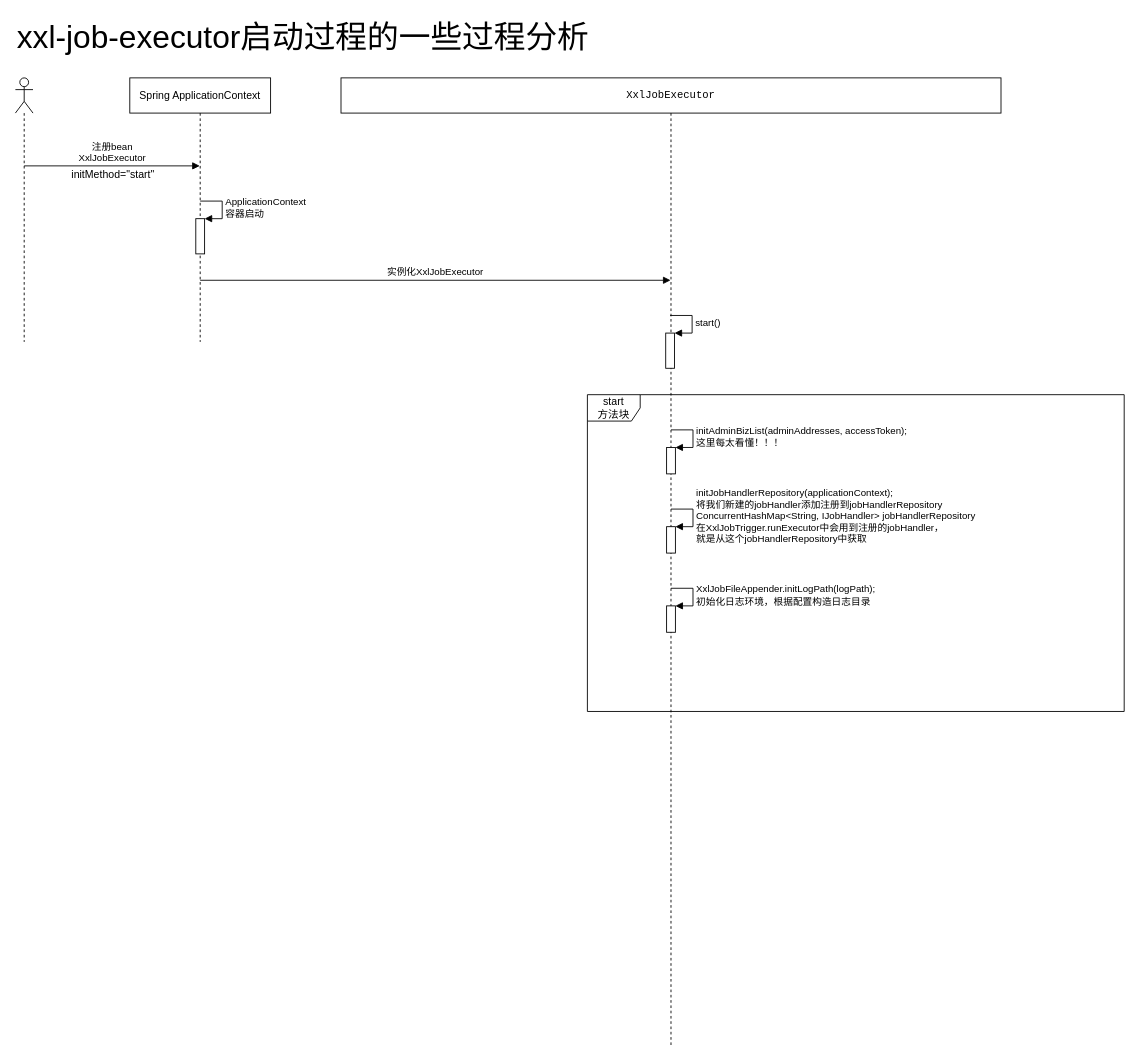
Before: xxl-job/xxl-job-schedule.drawio in llrrbaba/BlogList, a draw.io diagram. Source tidied: cells renumbered, new cells numbered last; positions are measured from the earlier drawing's top-left corner, leaving out a move shared by most shapes. Both pictures are drawn from the tidied source at 88%, with x=0, y=0 at pixel (15, 15).
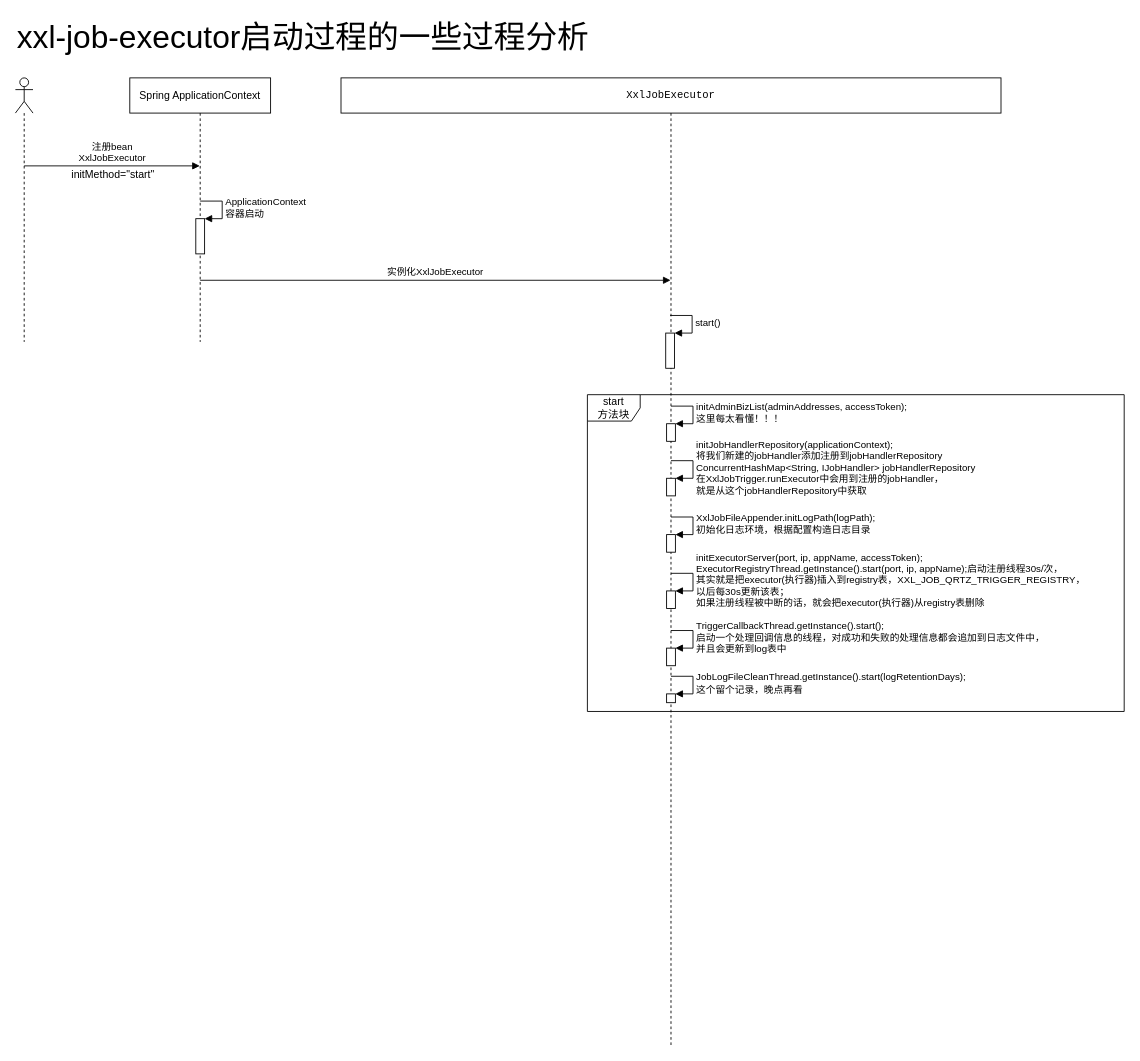
After the change.

Unchanged cells that the change refers to:
```xml
<mxCell id="6" value="&lt;pre&gt;XxlJobExecutor&lt;/pre&gt;" style="shape=umlLifeline;perimeter=lifelinePerimeter;whiteSpace=wrap;html=1;outlineConnect=0;" parent="1" vertex="1">
  <mxGeometry x="370" y="71" width="750" height="1100" as="geometry" />
</mxCell>
```

What changed in the source:
```diff
@@
     <mxCell id="10" style="html=1;points=[];perimeter=orthogonalPerimeter;" parent="6" vertex="1">
-      <mxGeometry x="370" y="420" width="10" height="30" as="geometry" />
+      <mxGeometry x="370" y="393" width="10" height="20" as="geometry" />
     </mxCell>
     <mxCell id="11" value="initAdminBizList(adminAddresses, accessToken);&lt;br&gt;这里每太看懂！！！&lt;br&gt;" style="edgeStyle=orthogonalEdgeStyle;html=1;align=left;spacingLeft=2;endArrow=block;rounded=0;entryX=1;entryY=0;" parent="6" edge="1" target="10">
       <mxGeometry relative="1" as="geometry">
-        <mxPoint x="375" y="400" as="sourcePoint" />
+        <mxPoint x="375" y="373" as="sourcePoint" />
         <Array as="points">
-          <mxPoint x="400" y="400" />
+          <mxPoint x="400" y="373" />
         </Array>
       </mxGeometry>
     </mxCell>
     <mxCell id="12" style="html=1;points=[];perimeter=orthogonalPerimeter;" parent="6" vertex="1">
-      <mxGeometry x="370" y="510" width="10" height="30" as="geometry" />
+      <mxGeometry x="370" y="455" width="10" height="20" as="geometry" />
     </mxCell>
     <mxCell id="13" value="&lt;span&gt;initJobHandlerRepository(applicationContext);&lt;br&gt;将我们新建的jobHandler添加注册到&lt;/span&gt;&lt;span&gt;jobHandlerRepository&lt;br&gt;&lt;span&gt;ConcurrentHashMap&amp;lt;String, IJobHandler&amp;gt; jobHandlerRepository&lt;br&gt;&lt;/span&gt;在XxlJobTrigger.runExecutor中会用到注册的jobHandler，&lt;br&gt;就是从这个jobHandlerRepository中获取&lt;br&gt;&lt;/span&gt;" style="edgeStyle=orthogonalEdgeStyle;html=1;align=left;spacingLeft=2;endArrow=block;rounded=0;entryX=1;entryY=0;" parent="6" edge="1" target="12">
       <mxGeometry relative="1" as="geometry">
-        <mxPoint x="375" y="490" as="sourcePoint" />
+        <mxPoint x="375" y="435" as="sourcePoint" />
         <Array as="points">
-          <mxPoint x="400" y="490" />
+          <mxPoint x="400" y="435" />
         </Array>
       </mxGeometry>
     </mxCell>
     <mxCell id="14" style="html=1;points=[];perimeter=orthogonalPerimeter;" parent="6" vertex="1">
-      <mxGeometry x="370" y="600" width="10" height="30" as="geometry" />
+      <mxGeometry x="370" y="519" width="10" height="20" as="geometry" />
     </mxCell>
     <mxCell id="15" value="XxlJobFileAppender.initLogPath(logPath);&lt;br&gt;初始化日志环境，根据配置构造日志目录&lt;br&gt;" style="edgeStyle=orthogonalEdgeStyle;html=1;align=left;spacingLeft=2;endArrow=block;rounded=0;entryX=1;entryY=0;" parent="6" edge="1" target="14">
       <mxGeometry relative="1" as="geometry">
-        <mxPoint x="375" y="580" as="sourcePoint" />
+        <mxPoint x="375" y="499" as="sourcePoint" />
         <Array as="points">
-          <mxPoint x="400" y="580" />
+          <mxPoint x="400" y="499" />
         </Array>
       </mxGeometry>
     </mxCell>
+    <mxCell id="21" style="html=1;points=[];perimeter=orthogonalPerimeter;" parent="6" vertex="1">
+      <mxGeometry x="370" y="583" width="10" height="20" as="geometry" />
+    </mxCell>
+    <mxCell id="22" value="initExecutorServer(port, ip, appName, accessToken);&lt;br&gt;&lt;span&gt;ExecutorRegistryThread.getInstance().start(port, ip, appName);启动注册线程30s/次，&lt;br&gt;&lt;/span&gt;其实就是把executor(执行器)插入到registry表，&lt;span&gt;XXL_JOB_QRTZ_TRIGGER_REGISTRY，&lt;br&gt;以后每30s更新该表；&lt;br&gt;如果注册线程被中断的话，就会把executor(执行器)从registry表删除&lt;br&gt;&lt;/span&gt;" style="edgeStyle=orthogonalEdgeStyle;html=1;align=left;spacingLeft=2;endArrow=block;rounded=0;entryX=1;entryY=0;" parent="6" edge="1" target="21">
+      <mxGeometry relative="1" as="geometry">
+        <mxPoint x="375" y="563" as="sourcePoint" />
+        <Array as="points">
+          <mxPoint x="400" y="563" />
+        </Array>
+      </mxGeometry>
+    </mxCell>
+    <mxCell id="23" style="html=1;points=[];perimeter=orthogonalPerimeter;" parent="6" vertex="1">
+      <mxGeometry x="370" y="648" width="10" height="20" as="geometry" />
+    </mxCell>
+    <mxCell id="24" value="TriggerCallbackThread.getInstance().start();&lt;br&gt;启动一个处理回调信息的线程，对成功和失败的处理信息都会追加到日志文件中，&lt;br&gt;并且会更新到log表中&lt;br&gt;" style="edgeStyle=orthogonalEdgeStyle;html=1;align=left;spacingLeft=2;endArrow=block;rounded=0;entryX=1;entryY=0;" parent="6" edge="1" target="23">
+      <mxGeometry relative="1" as="geometry">
+        <mxPoint x="375" y="628" as="sourcePoint" />
+        <Array as="points">
+          <mxPoint x="400" y="628" />
+        </Array>
+      </mxGeometry>
+    </mxCell>
+    <mxCell id="25" style="html=1;points=[];perimeter=orthogonalPerimeter;" parent="6" vertex="1">
+      <mxGeometry x="370" y="700" width="10" height="10" as="geometry" />
+    </mxCell>
+    <mxCell id="26" value="JobLogFileCleanThread.getInstance().start(logRetentionDays);&lt;br&gt;这个留个记录，晚点再看&lt;br&gt;" style="edgeStyle=orthogonalEdgeStyle;html=1;align=left;spacingLeft=2;endArrow=block;rounded=0;entryX=1;entryY=0;" parent="6" edge="1" target="25">
+      <mxGeometry relative="1" as="geometry">
+        <mxPoint x="375" y="680" as="sourcePoint" />
+        <Array as="points">
+          <mxPoint x="400" y="680" />
+        </Array>
+      </mxGeometry>
+    </mxCell>
```
